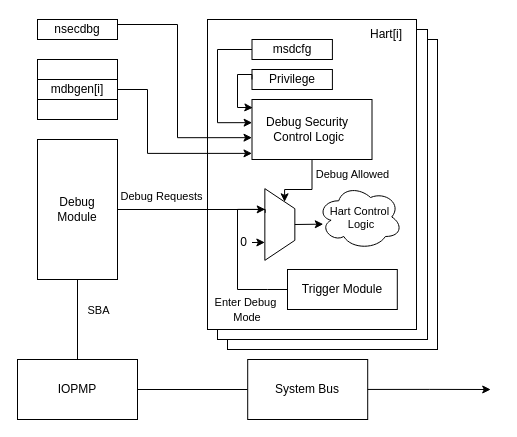
Before: page "Page-3" (3 of 3) of images/external_debug_protection.drawio in riscv-non-isa/riscv-external-debug-security, a draw.io diagram. Source tidied: cells renumbered, new cells numbered last; positions are measured from the earlier drawing's top-left corner, leaving out a move shared by most shapes. Both pictures are drawn from the tidied source at 100%, with x=0, y=0 at pixel (17, 19).
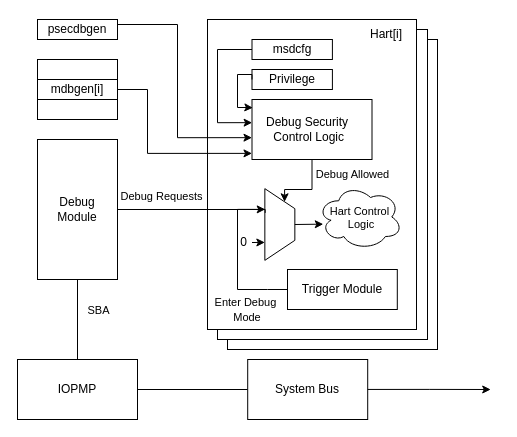
The same page after the edit.

What changed in the source:
```diff
@@
-    <mxCell id="18" value="nsecdbg" style="rounded=0;whiteSpace=wrap;html=1;" parent="1" vertex="1">
+    <mxCell id="18" value="psecdbgen" style="rounded=0;whiteSpace=wrap;html=1;" parent="1" vertex="1">
       <mxGeometry x="20" width="80" height="20" as="geometry" />
     </mxCell>
```
